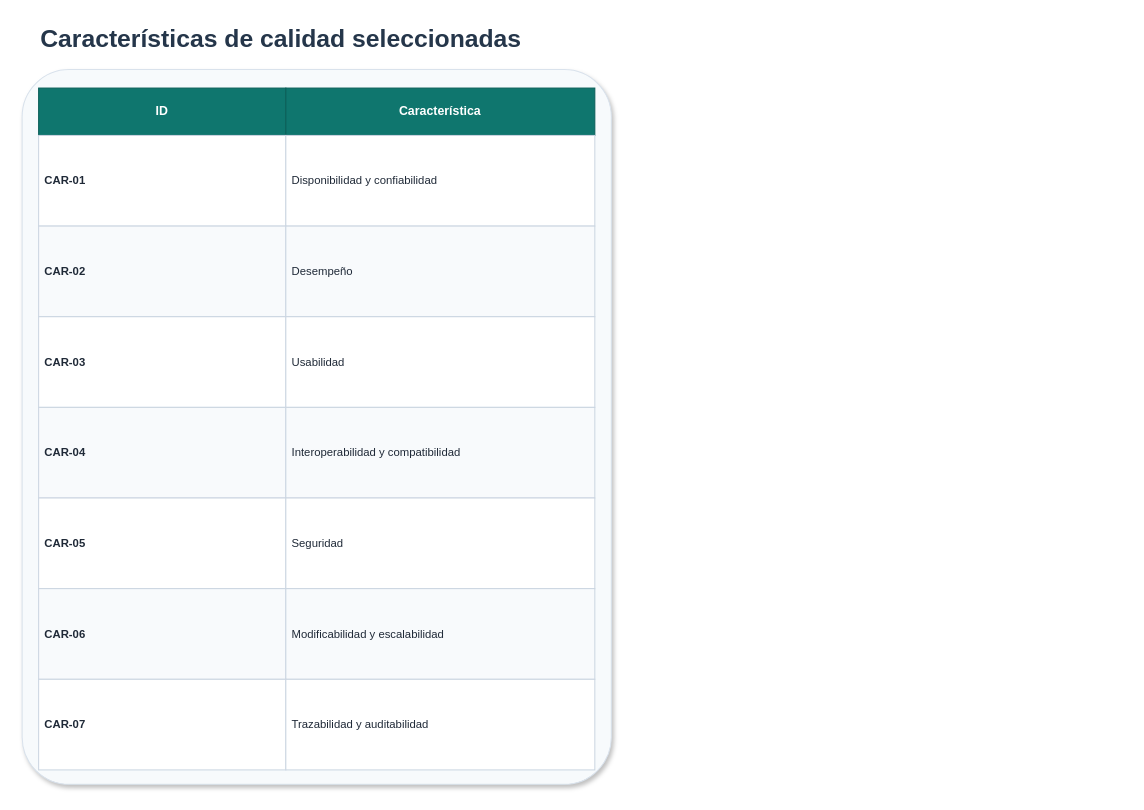
Above: page "Características de calidad seleccionadas" (1 of 2) of diagramas/tablas/Tablas_EAC_BLearning.drawio in Jsue46/exposicionayd (draw.io), before the change. Source tidied: cells renumbered, new cells numbered last; positions are measured from the earlier drawing's top-left corner, leaving out a move shared by most shapes. Both pictures are drawn from the tidied source at 103%, with x=0, y=0 at pixel (22, 18).
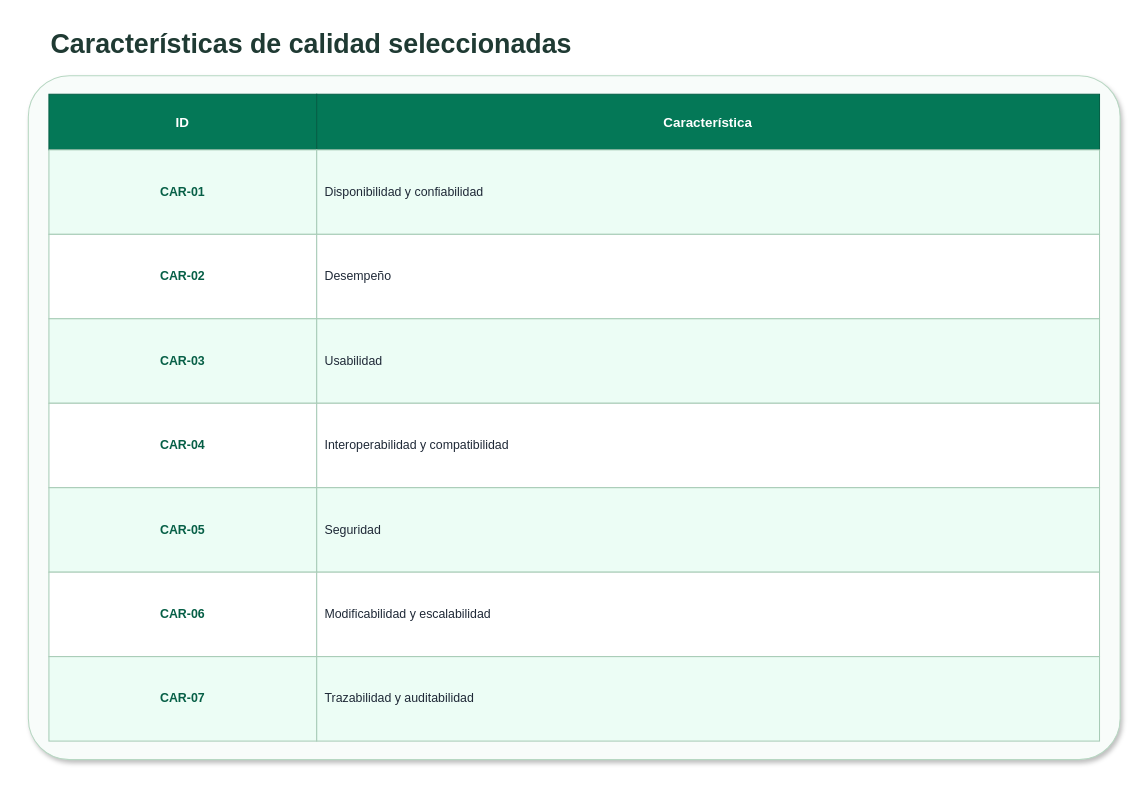
The same page after the edit.

The edit, as a diff of the source:
```diff
@@
 <mxGraphModel>
   <root>
     <mxCell id="0" />
     <mxCell id="1" parent="0" />
-    <mxCell id="2" value="Características de calidad seleccionadas" style="text;html=1;strokeColor=none;fillColor=none;align=left;verticalAlign=middle;whiteSpace=wrap;rounded=0;fontSize=24;fontStyle=1;fontColor=#25364A;" parent="1" vertex="1">
-      <mxGeometry x="16" width="540" height="42" as="geometry" />
+    <mxCell id="2" value="Características de calidad seleccionadas" style="text;html=1;strokeColor=none;fillColor=none;align=left;verticalAlign=middle;whiteSpace=wrap;rounded=0;fontSize=26;fontStyle=1;fontColor=#1F3A33;" parent="1" vertex="1">
+      <mxGeometry x="26" y="2" width="1020" height="46" as="geometry" />
     </mxCell>
-    <mxCell id="3" style="rounded=1;whiteSpace=wrap;html=1;fillColor=#F7FAFC;strokeColor=#D9E2EC;arcSize=8;shadow=1;" parent="1" vertex="1">
-      <mxGeometry y="50" width="572" height="694" as="geometry" />
+    <mxCell id="3" style="rounded=1;whiteSpace=wrap;html=1;fillColor=#F8FCFA;strokeColor=#B7D7C2;arcSize=6;shadow=1;" parent="1" vertex="1">
+      <mxGeometry x="6" y="56" width="1060" height="664" as="geometry" />
     </mxCell>
-    <mxCell id="4" value="ID" style="rounded=0;whiteSpace=wrap;html=1;fillColor=#0F766E;strokeColor=#0B5F59;fontColor=#FFFFFF;fontStyle=1;align=center;verticalAlign=middle;fontSize=12;spacing=6;" parent="1" vertex="1">
-      <mxGeometry x="16" y="68" width="240" height="46" as="geometry" />
+    <mxCell id="4" value="ID" style="rounded=0;whiteSpace=wrap;html=1;fillColor=#047857;strokeColor=#065F46;fontColor=#FFFFFF;fontStyle=1;align=center;verticalAlign=middle;fontSize=13;spacing=8;" parent="1" vertex="1">
+      <mxGeometry x="26" y="74" width="260" height="54" as="geometry" />
     </mxCell>
-    <mxCell id="5" value="Característica" style="rounded=0;whiteSpace=wrap;html=1;fillColor=#0F766E;strokeColor=#0B5F59;fontColor=#FFFFFF;fontStyle=1;align=center;verticalAlign=middle;fontSize=12;spacing=6;" parent="1" vertex="1">
-      <mxGeometry x="256" y="68" width="300" height="46" as="geometry" />
+    <mxCell id="5" value="Característica" style="rounded=0;whiteSpace=wrap;html=1;fillColor=#047857;strokeColor=#065F46;fontColor=#FFFFFF;fontStyle=1;align=center;verticalAlign=middle;fontSize=13;spacing=8;" parent="1" vertex="1">
+      <mxGeometry x="286" y="74" width="760" height="54" as="geometry" />
     </mxCell>
-    <mxCell id="6" value="CAR-01" style="rounded=0;whiteSpace=wrap;html=1;fillColor=#FFFFFF;strokeColor=#CBD5E1;fontColor=#1F2937;fontStyle=1;align=left;verticalAlign=middle;fontSize=11;spacing=6;" parent="1" vertex="1">
-      <mxGeometry x="16" y="114" width="240" height="88" as="geometry" />
+    <mxCell id="6" value="CAR-01" style="rounded=0;whiteSpace=wrap;html=1;fillColor=#ECFDF5;strokeColor=#A7CBB6;fontColor=#065F46;fontStyle=1;align=center;verticalAlign=middle;fontSize=12;spacing=8;" parent="1" vertex="1">
+      <mxGeometry x="26" y="128" width="260" height="82" as="geometry" />
     </mxCell>
-    <mxCell id="7" value="Disponibilidad y confiabilidad" style="rounded=0;whiteSpace=wrap;html=1;fillColor=#FFFFFF;strokeColor=#CBD5E1;fontColor=#1F2937;fontStyle=0;align=left;verticalAlign=middle;fontSize=11;spacing=6;" parent="1" vertex="1">
-      <mxGeometry x="256" y="114" width="300" height="88" as="geometry" />
+    <mxCell id="7" value="Disponibilidad y confiabilidad" style="rounded=0;whiteSpace=wrap;html=1;fillColor=#ECFDF5;strokeColor=#A7CBB6;fontColor=#1F2937;fontStyle=0;align=left;verticalAlign=middle;fontSize=12;spacing=8;" parent="1" vertex="1">
+      <mxGeometry x="286" y="128" width="760" height="82" as="geometry" />
     </mxCell>
-    <mxCell id="8" value="CAR-02" style="rounded=0;whiteSpace=wrap;html=1;fillColor=#F8FAFC;strokeColor=#CBD5E1;fontColor=#1F2937;fontStyle=1;align=left;verticalAlign=middle;fontSize=11;spacing=6;" parent="1" vertex="1">
-      <mxGeometry x="16" y="202" width="240" height="88" as="geometry" />
+    <mxCell id="8" value="CAR-02" style="rounded=0;whiteSpace=wrap;html=1;fillColor=#FFFFFF;strokeColor=#A7CBB6;fontColor=#065F46;fontStyle=1;align=center;verticalAlign=middle;fontSize=12;spacing=8;" parent="1" vertex="1">
+      <mxGeometry x="26" y="210" width="260" height="82" as="geometry" />
     </mxCell>
-    <mxCell id="9" value="Desempeño" style="rounded=0;whiteSpace=wrap;html=1;fillColor=#F8FAFC;strokeColor=#CBD5E1;fontColor=#1F2937;fontStyle=0;align=left;verticalAlign=middle;fontSize=11;spacing=6;" parent="1" vertex="1">
-      <mxGeometry x="256" y="202" width="300" height="88" as="geometry" />
+    <mxCell id="9" value="Desempeño" style="rounded=0;whiteSpace=wrap;html=1;fillColor=#FFFFFF;strokeColor=#A7CBB6;fontColor=#1F2937;fontStyle=0;align=left;verticalAlign=middle;fontSize=12;spacing=8;" parent="1" vertex="1">
+      <mxGeometry x="286" y="210" width="760" height="82" as="geometry" />
     </mxCell>
-    <mxCell id="10" value="CAR-03" style="rounded=0;whiteSpace=wrap;html=1;fillColor=#FFFFFF;strokeColor=#CBD5E1;fontColor=#1F2937;fontStyle=1;align=left;verticalAlign=middle;fontSize=11;spacing=6;" parent="1" vertex="1">
-      <mxGeometry x="16" y="290" width="240" height="88" as="geometry" />
+    <mxCell id="10" value="CAR-03" style="rounded=0;whiteSpace=wrap;html=1;fillColor=#ECFDF5;strokeColor=#A7CBB6;fontColor=#065F46;fontStyle=1;align=center;verticalAlign=middle;fontSize=12;spacing=8;" parent="1" vertex="1">
+      <mxGeometry x="26" y="292" width="260" height="82" as="geometry" />
     </mxCell>
-    <mxCell id="11" value="Usabilidad" style="rounded=0;whiteSpace=wrap;html=1;fillColor=#FFFFFF;strokeColor=#CBD5E1;fontColor=#1F2937;fontStyle=0;align=left;verticalAlign=middle;fontSize=11;spacing=6;" parent="1" vertex="1">
-      <mxGeometry x="256" y="290" width="300" height="88" as="geometry" />
+    <mxCell id="11" value="Usabilidad" style="rounded=0;whiteSpace=wrap;html=1;fillColor=#ECFDF5;strokeColor=#A7CBB6;fontColor=#1F2937;fontStyle=0;align=left;verticalAlign=middle;fontSize=12;spacing=8;" parent="1" vertex="1">
+      <mxGeometry x="286" y="292" width="760" height="82" as="geometry" />
     </mxCell>
-    <mxCell id="12" value="CAR-04" style="rounded=0;whiteSpace=wrap;html=1;fillColor=#F8FAFC;strokeColor=#CBD5E1;fontColor=#1F2937;fontStyle=1;align=left;verticalAlign=middle;fontSize=11;spacing=6;" parent="1" vertex="1">
-      <mxGeometry x="16" y="378" width="240" height="88" as="geometry" />
+    <mxCell id="12" value="CAR-04" style="rounded=0;whiteSpace=wrap;html=1;fillColor=#FFFFFF;strokeColor=#A7CBB6;fontColor=#065F46;fontStyle=1;align=center;verticalAlign=middle;fontSize=12;spacing=8;" parent="1" vertex="1">
+      <mxGeometry x="26" y="374" width="260" height="82" as="geometry" />
     </mxCell>
-    <mxCell id="13" value="Interoperabilidad y compatibilidad" style="rounded=0;whiteSpace=wrap;html=1;fillColor=#F8FAFC;strokeColor=#CBD5E1;fontColor=#1F2937;fontStyle=0;align=left;verticalAlign=middle;fontSize=11;spacing=6;" parent="1" vertex="1">
-      <mxGeometry x="256" y="378" width="300" height="88" as="geometry" />
+    <mxCell id="13" value="Interoperabilidad y compatibilidad" style="rounded=0;whiteSpace=wrap;html=1;fillColor=#FFFFFF;strokeColor=#A7CBB6;fontColor=#1F2937;fontStyle=0;align=left;verticalAlign=middle;fontSize=12;spacing=8;" parent="1" vertex="1">
+      <mxGeometry x="286" y="374" width="760" height="82" as="geometry" />
     </mxCell>
-    <mxCell id="14" value="CAR-05" style="rounded=0;whiteSpace=wrap;html=1;fillColor=#FFFFFF;strokeColor=#CBD5E1;fontColor=#1F2937;fontStyle=1;align=left;verticalAlign=middle;fontSize=11;spacing=6;" parent="1" vertex="1">
-      <mxGeometry x="16" y="466" width="240" height="88" as="geometry" />
+    <mxCell id="14" value="CAR-05" style="rounded=0;whiteSpace=wrap;html=1;fillColor=#ECFDF5;strokeColor=#A7CBB6;fontColor=#065F46;fontStyle=1;align=center;verticalAlign=middle;fontSize=12;spacing=8;" parent="1" vertex="1">
+      <mxGeometry x="26" y="456" width="260" height="82" as="geometry" />
     </mxCell>
-    <mxCell id="15" value="Seguridad" style="rounded=0;whiteSpace=wrap;html=1;fillColor=#FFFFFF;strokeColor=#CBD5E1;fontColor=#1F2937;fontStyle=0;align=left;verticalAlign=middle;fontSize=11;spacing=6;" parent="1" vertex="1">
-      <mxGeometry x="256" y="466" width="300" height="88" as="geometry" />
+    <mxCell id="15" value="Seguridad" style="rounded=0;whiteSpace=wrap;html=1;fillColor=#ECFDF5;strokeColor=#A7CBB6;fontColor=#1F2937;fontStyle=0;align=left;verticalAlign=middle;fontSize=12;spacing=8;" parent="1" vertex="1">
+      <mxGeometry x="286" y="456" width="760" height="82" as="geometry" />
     </mxCell>
-    <mxCell id="16" value="CAR-06" style="rounded=0;whiteSpace=wrap;html=1;fillColor=#F8FAFC;strokeColor=#CBD5E1;fontColor=#1F2937;fontStyle=1;align=left;verticalAlign=middle;fontSize=11;spacing=6;" parent="1" vertex="1">
-      <mxGeometry x="16" y="554" width="240" height="88" as="geometry" />
+    <mxCell id="16" value="CAR-06" style="rounded=0;whiteSpace=wrap;html=1;fillColor=#FFFFFF;strokeColor=#A7CBB6;fontColor=#065F46;fontStyle=1;align=center;verticalAlign=middle;fontSize=12;spacing=8;" parent="1" vertex="1">
+      <mxGeometry x="26" y="538" width="260" height="82" as="geometry" />
     </mxCell>
-    <mxCell id="17" value="Modificabilidad y escalabilidad" style="rounded=0;whiteSpace=wrap;html=1;fillColor=#F8FAFC;strokeColor=#CBD5E1;fontColor=#1F2937;fontStyle=0;align=left;verticalAlign=middle;fontSize=11;spacing=6;" parent="1" vertex="1">
-      <mxGeometry x="256" y="554" width="300" height="88" as="geometry" />
+    <mxCell id="17" value="Modificabilidad y escalabilidad" style="rounded=0;whiteSpace=wrap;html=1;fillColor=#FFFFFF;strokeColor=#A7CBB6;fontColor=#1F2937;fontStyle=0;align=left;verticalAlign=middle;fontSize=12;spacing=8;" parent="1" vertex="1">
+      <mxGeometry x="286" y="538" width="760" height="82" as="geometry" />
     </mxCell>
-    <mxCell id="18" value="CAR-07" style="rounded=0;whiteSpace=wrap;html=1;fillColor=#FFFFFF;strokeColor=#CBD5E1;fontColor=#1F2937;fontStyle=1;align=left;verticalAlign=middle;fontSize=11;spacing=6;" parent="1" vertex="1">
-      <mxGeometry x="16" y="642" width="240" height="88" as="geometry" />
+    <mxCell id="18" value="CAR-07" style="rounded=0;whiteSpace=wrap;html=1;fillColor=#ECFDF5;strokeColor=#A7CBB6;fontColor=#065F46;fontStyle=1;align=center;verticalAlign=middle;fontSize=12;spacing=8;" parent="1" vertex="1">
+      <mxGeometry x="26" y="620" width="260" height="82" as="geometry" />
     </mxCell>
-    <mxCell id="19" value="Trazabilidad y auditabilidad" style="rounded=0;whiteSpace=wrap;html=1;fillColor=#FFFFFF;strokeColor=#CBD5E1;fontColor=#1F2937;fontStyle=0;align=left;verticalAlign=middle;fontSize=11;spacing=6;" parent="1" vertex="1">
-      <mxGeometry x="256" y="642" width="300" height="88" as="geometry" />
+    <mxCell id="19" value="Trazabilidad y auditabilidad" style="rounded=0;whiteSpace=wrap;html=1;fillColor=#ECFDF5;strokeColor=#A7CBB6;fontColor=#1F2937;fontStyle=0;align=left;verticalAlign=middle;fontSize=12;spacing=8;" parent="1" vertex="1">
+      <mxGeometry x="286" y="620" width="760" height="82" as="geometry" />
     </mxCell>
   </root>
 </mxGraphModel>
```
